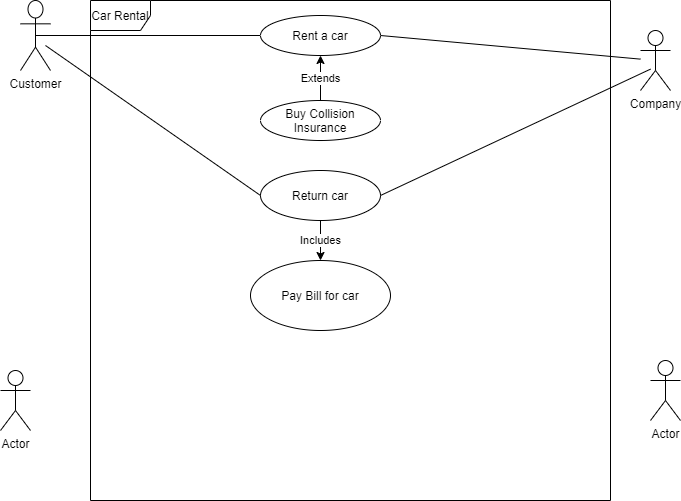
The draw.io diagram week1/image.png in Darren-ODonnell/BusinessModellingDiagrams, before a commit. Source tidied: cells renumbered, new cells last; positions are measured from the earlier drawing's top-left corner, leaving out a move shared by most shapes. The source it was exported from:
```xml
<mxGraphModel>
  <root>
    <mxCell id="0" />
    <mxCell id="1" parent="0" />
    <mxCell id="2" value="Car Rental" style="shape=umlFrame;whiteSpace=wrap;html=1;fillColor=none;" parent="1" vertex="1">
      <mxGeometry x="90" width="520" height="500" as="geometry" />
    </mxCell>
    <mxCell id="3" value="Actor" style="shape=umlActor;verticalLabelPosition=bottom;verticalAlign=top;html=1;outlineConnect=0;" parent="1" vertex="1">
      <mxGeometry y="370" width="30" height="60" as="geometry" />
    </mxCell>
    <mxCell id="4" value="Company" style="shape=umlActor;verticalLabelPosition=bottom;verticalAlign=top;html=1;outlineConnect=0;" parent="1" vertex="1">
      <mxGeometry x="640" y="30" width="30" height="60" as="geometry" />
    </mxCell>
    <mxCell id="5" style="edgeStyle=none;rounded=0;jettySize=auto;html=1;exitX=0.5;exitY=0.5;exitDx=0;exitDy=0;exitPerimeter=0;endArrow=none;endFill=0;" parent="1" edge="1" source="6" target="9">
      <mxGeometry relative="1" as="geometry" />
    </mxCell>
    <mxCell id="6" value="Customer" style="shape=umlActor;verticalLabelPosition=bottom;verticalAlign=top;html=1;outlineConnect=0;" parent="1" vertex="1">
      <mxGeometry x="20" width="30" height="70" as="geometry" />
    </mxCell>
    <mxCell id="7" value="Actor" style="shape=umlActor;verticalLabelPosition=bottom;verticalAlign=top;html=1;" parent="1" vertex="1">
      <mxGeometry x="650" y="360" width="30" height="60" as="geometry" />
    </mxCell>
    <mxCell id="8" value="Extends" style="edgeStyle=none;rounded=0;jettySize=auto;html=1;exitX=0.5;exitY=1;exitDx=0;exitDy=0;endArrow=none;endFill=0;startArrow=classic;startFill=1;" parent="1" edge="1" source="9" target="11">
      <mxGeometry relative="1" as="geometry" />
    </mxCell>
    <mxCell id="9" value="Rent a car" style="ellipse;whiteSpace=wrap;html=1;" parent="1" vertex="1">
      <mxGeometry x="260" y="15" width="120" height="40" as="geometry" />
    </mxCell>
    <mxCell id="10" style="edgeStyle=none;rounded=0;jettySize=auto;html=1;endArrow=none;endFill=0;entryX=1;entryY=0.5;entryDx=0;entryDy=0;" parent="1" edge="1" source="4" target="9">
      <mxGeometry relative="1" as="geometry" />
    </mxCell>
    <mxCell id="11" value="Buy Collision Insurance" style="ellipse;whiteSpace=wrap;html=1;" parent="1" vertex="1">
      <mxGeometry x="260" y="100" width="120" height="40" as="geometry" />
    </mxCell>
    <mxCell id="12" value="Return car" style="ellipse;whiteSpace=wrap;html=1;" parent="1" vertex="1">
      <mxGeometry x="260" y="170" width="120" height="50" as="geometry" />
    </mxCell>
    <mxCell id="13" style="edgeStyle=none;rounded=0;jettySize=auto;html=1;exitX=0.5;exitY=0.5;exitDx=0;exitDy=0;exitPerimeter=0;endArrow=none;endFill=0;entryX=0;entryY=0.5;entryDx=0;entryDy=0;" parent="1" edge="1" target="12">
      <mxGeometry relative="1" as="geometry">
        <mxPoint x="45" y="45" as="sourcePoint" />
      </mxGeometry>
    </mxCell>
    <mxCell id="14" style="edgeStyle=none;rounded=0;jettySize=auto;html=1;endArrow=none;endFill=0;entryX=1;entryY=0.5;entryDx=0;entryDy=0;" parent="1" edge="1" target="12">
      <mxGeometry relative="1" as="geometry">
        <mxPoint x="650" y="68.6" as="sourcePoint" />
      </mxGeometry>
    </mxCell>
    <mxCell id="15" value="Includes" style="edgeStyle=orthogonalEdgeStyle;rounded=0;jettySize=auto;html=1;exitX=0.5;exitY=0;exitDx=0;exitDy=0;entryX=0.5;entryY=1;entryDx=0;entryDy=0;startArrow=classic;startFill=1;endArrow=none;endFill=0;" parent="1" edge="1" source="16" target="12">
      <mxGeometry relative="1" as="geometry" />
    </mxCell>
    <mxCell id="16" value="Pay Bill for car" style="ellipse;whiteSpace=wrap;html=1;" parent="1" vertex="1">
      <mxGeometry x="250" y="260" width="140" height="70" as="geometry" />
    </mxCell>
  </root>
</mxGraphModel>
```
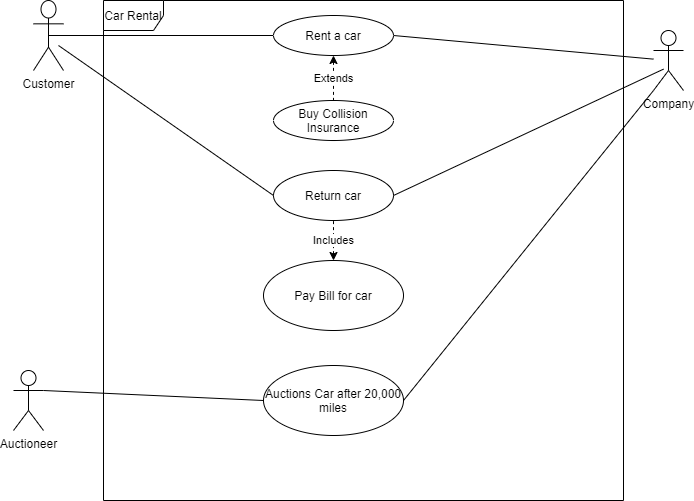
After the change.

Diff of the diagram source:
```diff
@@ -5,9 +5,15 @@
     <mxCell id="2" value="Car Rental" style="shape=umlFrame;whiteSpace=wrap;html=1;fillColor=none;" parent="1" vertex="1">
       <mxGeometry x="90" width="520" height="500" as="geometry" />
     </mxCell>
+    <mxCell id="17" style="edgeStyle=none;rounded=0;jettySize=auto;html=1;exitX=1;exitY=0.3333333333333333;exitDx=0;exitDy=0;exitPerimeter=0;entryX=0;entryY=0.5;entryDx=0;entryDy=0;endArrow=none;endFill=0;" parent="1" edge="1" source="3" target="19">
+      <mxGeometry relative="1" as="geometry" />
+    </mxCell>
-    <mxCell id="3" value="Actor" style="shape=umlActor;verticalLabelPosition=bottom;verticalAlign=top;html=1;outlineConnect=0;" parent="1" vertex="1">
+    <mxCell id="3" value="Auctioneer" style="shape=umlActor;verticalLabelPosition=bottom;verticalAlign=top;html=1;outlineConnect=0;" parent="1" vertex="1">
       <mxGeometry y="370" width="30" height="60" as="geometry" />
     </mxCell>
+    <mxCell id="18" style="edgeStyle=none;rounded=0;jettySize=auto;html=1;exitX=0;exitY=1;exitDx=0;exitDy=0;exitPerimeter=0;entryX=1;entryY=0.5;entryDx=0;entryDy=0;endArrow=none;endFill=0;" parent="1" edge="1" source="4" target="19">
+      <mxGeometry relative="1" as="geometry" />
+    </mxCell>
     <mxCell id="4" value="Company" style="shape=umlActor;verticalLabelPosition=bottom;verticalAlign=top;html=1;outlineConnect=0;" parent="1" vertex="1">
       <mxGeometry x="640" y="30" width="30" height="60" as="geometry" />
     </mxCell>
@@ -17,10 +23,7 @@
     <mxCell id="6" value="Customer" style="shape=umlActor;verticalLabelPosition=bottom;verticalAlign=top;html=1;outlineConnect=0;" parent="1" vertex="1">
       <mxGeometry x="20" width="30" height="70" as="geometry" />
     </mxCell>
-    <mxCell id="7" value="Actor" style="shape=umlActor;verticalLabelPosition=bottom;verticalAlign=top;html=1;" parent="1" vertex="1">
-      <mxGeometry x="650" y="360" width="30" height="60" as="geometry" />
-    </mxCell>
-    <mxCell id="8" value="Extends" style="edgeStyle=none;rounded=0;jettySize=auto;html=1;exitX=0.5;exitY=1;exitDx=0;exitDy=0;endArrow=none;endFill=0;startArrow=classic;startFill=1;" parent="1" edge="1" source="9" target="11">
+    <mxCell id="8" value="Extends" style="edgeStyle=none;rounded=0;jettySize=auto;html=1;exitX=0.5;exitY=1;exitDx=0;exitDy=0;endArrow=none;endFill=0;startArrow=classic;startFill=1;dashed=1;" parent="1" edge="1" source="9" target="11">
       <mxGeometry relative="1" as="geometry" />
     </mxCell>
     <mxCell id="9" value="Rent a car" style="ellipse;whiteSpace=wrap;html=1;" parent="1" vertex="1">
@@ -45,11 +48,14 @@
         <mxPoint x="650" y="68.6" as="sourcePoint" />
       </mxGeometry>
     </mxCell>
-    <mxCell id="15" value="Includes" style="edgeStyle=orthogonalEdgeStyle;rounded=0;jettySize=auto;html=1;exitX=0.5;exitY=0;exitDx=0;exitDy=0;entryX=0.5;entryY=1;entryDx=0;entryDy=0;startArrow=classic;startFill=1;endArrow=none;endFill=0;" parent="1" edge="1" source="16" target="12">
+    <mxCell id="15" value="Includes" style="edgeStyle=orthogonalEdgeStyle;rounded=0;jettySize=auto;html=1;exitX=0.5;exitY=0;exitDx=0;exitDy=0;entryX=0.5;entryY=1;entryDx=0;entryDy=0;startArrow=classic;startFill=1;endArrow=none;endFill=0;dashed=1;" parent="1" edge="1" source="16" target="12">
       <mxGeometry relative="1" as="geometry" />
     </mxCell>
     <mxCell id="16" value="Pay Bill for car" style="ellipse;whiteSpace=wrap;html=1;" parent="1" vertex="1">
       <mxGeometry x="250" y="260" width="140" height="70" as="geometry" />
     </mxCell>
+    <mxCell id="19" value="Auctions Car after 20,000 miles" style="ellipse;whiteSpace=wrap;html=1;" parent="1" vertex="1">
+      <mxGeometry x="250" y="365" width="140" height="70" as="geometry" />
+    </mxCell>
   </root>
 </mxGraphModel>
```
